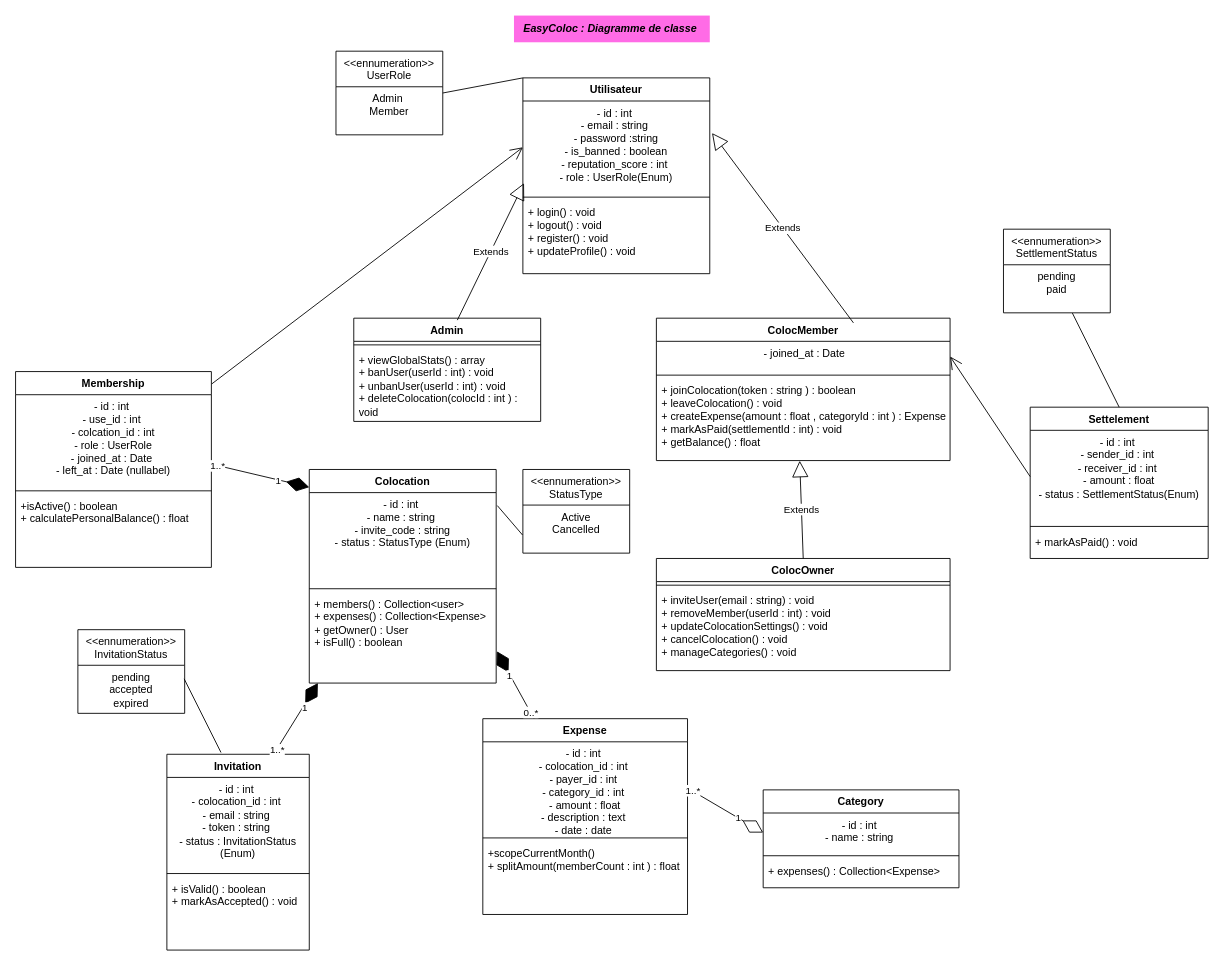
The draw.io diagram umlDiagram.drawio in 10LOKI/EasyColoc, before the edit. Source tidied: cells renumbered, new cells numbered last; positions are measured from the earlier drawing's top-left corner, leaving out a move shared by most shapes. Both pictures are drawn from the tidied source at 89%, with x=0, y=0 at pixel (15, 15).
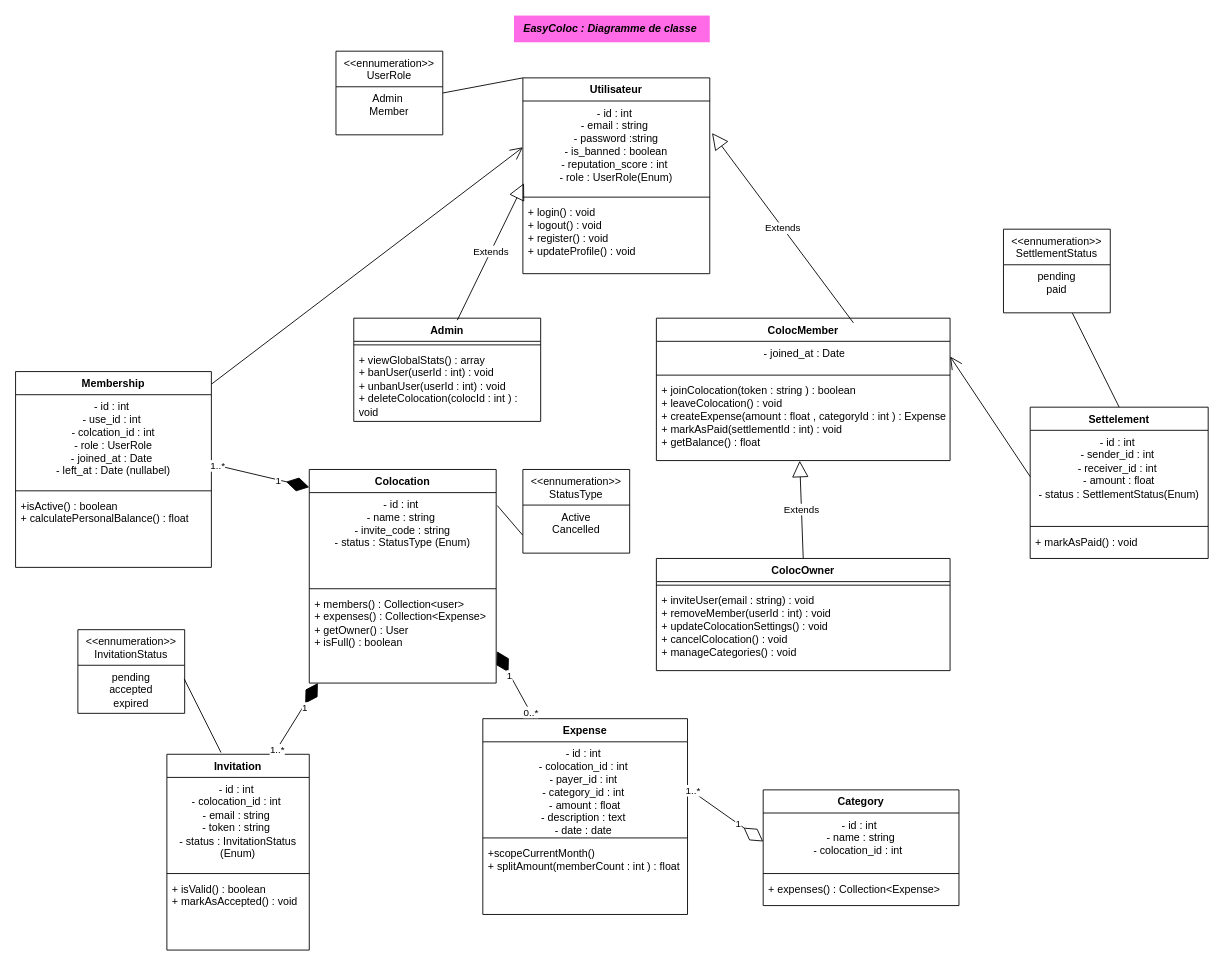
The same page after the edit.

Commit message (it also covers changes not shown here):
mon travail

Diff of the diagram source:
```diff
@@
     <mxCell id="19" value="Category" style="swimlane;fontStyle=1;align=center;verticalAlign=top;horizontal=1;startSize=26;whiteSpace=wrap;html=1;" parent="1" vertex="1">
-      <mxGeometry x="840" y="870" width="220" height="110" as="geometry" />
+      <mxGeometry x="840" y="870" width="220" height="130" as="geometry" />
     </mxCell>
-    <mxCell id="20" value="- id : int&amp;nbsp;&lt;br&gt;- name : string&amp;nbsp;" style="text;strokeColor=none;fillColor=none;align=center;verticalAlign=top;spacingLeft=4;spacingRight=4;overflow=hidden;points=[[0,0.5],[1,0.5]];portConstraint=eastwest;whiteSpace=wrap;html=1;" parent="19" vertex="1">
-      <mxGeometry y="26" width="220" height="44" as="geometry" />
+    <mxCell id="20" value="- id : int&amp;nbsp;&lt;br&gt;- name : string&lt;br&gt;- colocation_id : int&amp;nbsp;&amp;nbsp;" style="text;strokeColor=none;fillColor=none;align=center;verticalAlign=top;spacingLeft=4;spacingRight=4;overflow=hidden;points=[[0,0.5],[1,0.5]];portConstraint=eastwest;whiteSpace=wrap;html=1;" parent="19" vertex="1">
+      <mxGeometry y="26" width="220" height="64" as="geometry" />
     </mxCell>
     <mxCell id="21" style="line;strokeWidth=1;fillColor=none;align=left;verticalAlign=middle;spacingTop=-1;spacingLeft=3;spacingRight=3;labelPosition=right;strokeColor=inherit;" parent="19" vertex="1">
-      <mxGeometry y="70" width="220" height="8" as="geometry" />
+      <mxGeometry y="90" width="220" height="8" as="geometry" />
     </mxCell>
     <mxCell id="22" value="+ expenses() : Collection&amp;lt;Expense&amp;gt;" style="text;strokeColor=none;fillColor=none;align=left;verticalAlign=top;spacingLeft=4;spacingRight=4;overflow=hidden;whiteSpace=wrap;html=1;" parent="19" vertex="1">
-      <mxGeometry y="78" width="220" height="32" as="geometry" />
+      <mxGeometry y="98" width="220" height="32" as="geometry" />
     </mxCell>
```
